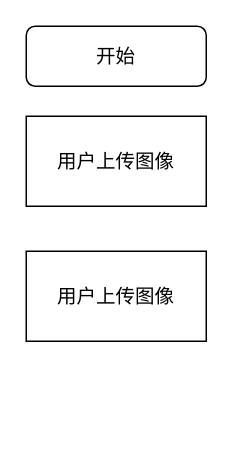
LiSoulSpace/GitBook keeps this draw.io diagram as 图像上传流程图.drawio. Above is the earlier version. Source tidied: cells renumbered, new cells numbered last; positions are measured from the earlier drawing's top-left corner, leaving out a move shared by most shapes. Both pictures are drawn from the tidied source at 150%, with x=0, y=0 at pixel (26, 26).
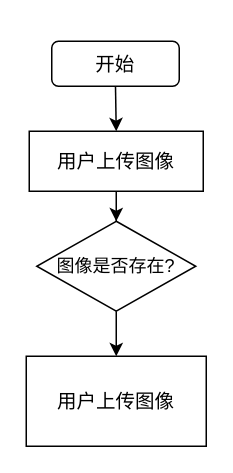
After the change.

Commit message (it also covers changes not shown here):
更新图像上传流程图.drawio

Change to the diagram source:
```diff
@@
 <mxGraphModel>
   <root>
     <mxCell id="0" />
     <mxCell id="1" parent="0" />
+    <mxCell id="5" style="edgeStyle=orthogonalEdgeStyle;rounded=0;jettySize=auto;html=1;exitX=0.5;exitY=1;exitDx=0;exitDy=0;entryX=0.5;entryY=0;entryDx=0;entryDy=0;" parent="1" edge="1" source="2" target="3">
+      <mxGeometry relative="1" as="geometry" />
+    </mxCell>
     <mxCell id="2" value="开始" style="rounded=1;whiteSpace=wrap;html=1;fontSize=13;glass=0;strokeWidth=1;shadow=0;fontFamily=宋体;" parent="1" vertex="1">
-      <mxGeometry width="120" height="40" as="geometry" />
+      <mxGeometry x="17" y="10" width="85" height="30" as="geometry" />
     </mxCell>
+    <mxCell id="6" style="edgeStyle=orthogonalEdgeStyle;rounded=0;jettySize=auto;html=1;" parent="1" edge="1" source="3" target="8">
+      <mxGeometry relative="1" as="geometry" />
+    </mxCell>
     <mxCell id="3" value="用户上传图像" style="rounded=0;whiteSpace=wrap;html=1;fontFamily=宋体;fontSize=13;" parent="1" vertex="1">
-      <mxGeometry y="60" width="120" height="60" as="geometry" />
+      <mxGeometry x="2" y="70" width="116" height="40" as="geometry" />
     </mxCell>
     <mxCell id="4" value="用户上传图像" style="rounded=0;whiteSpace=wrap;html=1;fontFamily=宋体;fontSize=13;" parent="1" vertex="1">
-      <mxGeometry y="150" width="120" height="60" as="geometry" />
+      <mxGeometry y="220" width="120" height="60" as="geometry" />
     </mxCell>
+    <mxCell id="7" style="edgeStyle=orthogonalEdgeStyle;rounded=0;jettySize=auto;html=1;" parent="1" edge="1" source="8" target="4">
+      <mxGeometry relative="1" as="geometry" />
+    </mxCell>
+    <mxCell id="8" value="图像是否存在?" style="rhombus;whiteSpace=wrap;html=1;" parent="1" vertex="1">
+      <mxGeometry x="7" y="130" width="106" height="60" as="geometry" />
+    </mxCell>
   </root>
 </mxGraphModel>
```
